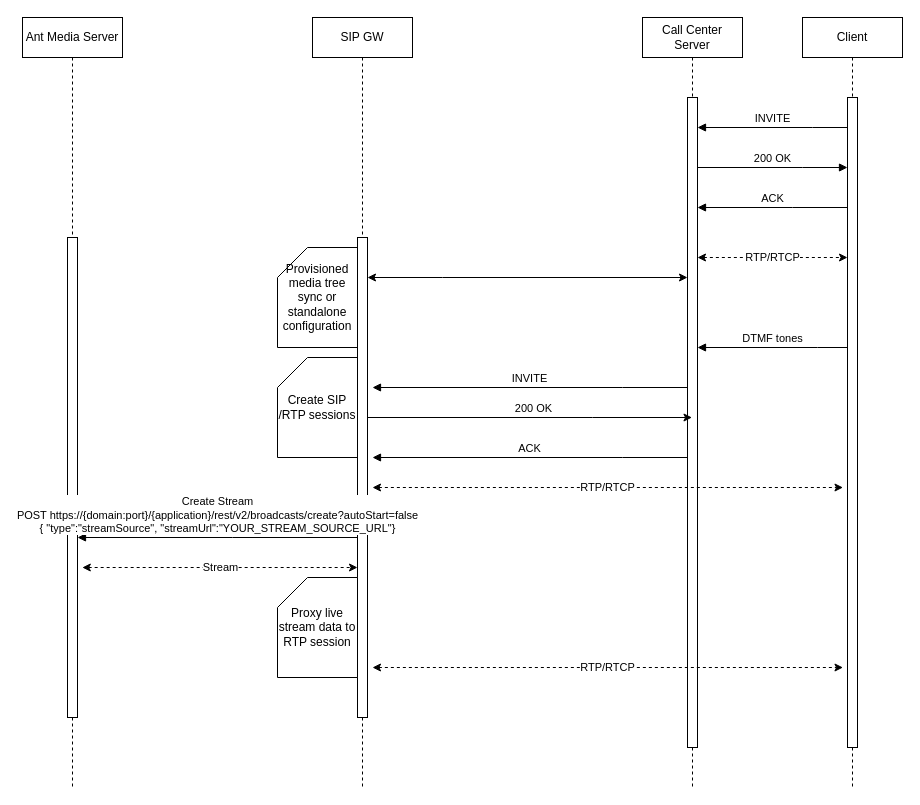
The draw.io diagram page "Page-1" (1 of 2) of callcenter-int/Başlıksız Diyagram.drawio in sezerdulger/drawio, before the edit. Source tidied: cells renumbered, new cells numbered last; positions are measured from the earlier drawing's top-left corner, leaving out a move shared by most shapes. Both pictures are drawn from the tidied source at 100%, with x=0, y=0 at pixel (-8, 17).
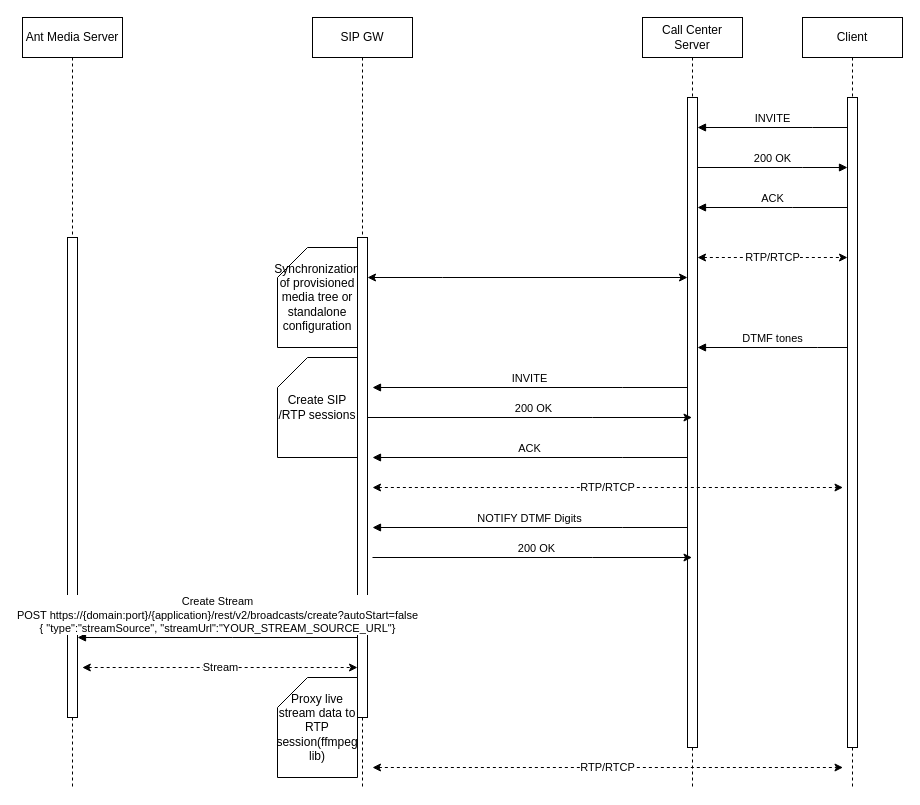
After the change.

Unchanged cells that the change refers to:
```xml
<mxCell id="10" style="html=1;points=[];perimeter=orthogonalPerimeter;outlineConnect=0;targetShapes=umlLifeline;portConstraint=eastwest;newEdgeStyle={&quot;edgeStyle&quot;:&quot;elbowEdgeStyle&quot;,&quot;elbow&quot;:&quot;vertical&quot;,&quot;curved&quot;:0,&quot;rounded&quot;:0};" parent="9" vertex="1">
  <mxGeometry x="45" y="220" width="10" height="480" as="geometry" />
</mxCell>
<mxCell id="19" style="html=1;points=[];perimeter=orthogonalPerimeter;outlineConnect=0;targetShapes=umlLifeline;portConstraint=eastwest;newEdgeStyle={&quot;edgeStyle&quot;:&quot;elbowEdgeStyle&quot;,&quot;elbow&quot;:&quot;vertical&quot;,&quot;curved&quot;:0,&quot;rounded&quot;:0};" parent="18" vertex="1">
  <mxGeometry x="45" y="220" width="10" height="480" as="geometry" />
</mxCell>
```

Change to the diagram source:
```diff
@@
-    <mxCell id="13" value="Provisioned media tree sync or standalone configuration" style="shape=card;whiteSpace=wrap;html=1;" parent="1" vertex="1">
+    <mxCell id="13" value="Synchronization of provisioned media tree or standalone configuration" style="shape=card;whiteSpace=wrap;html=1;" parent="1" vertex="1">
       <mxGeometry x="285" y="230" width="80" height="100" as="geometry" />
     </mxCell>
@@
     <mxCell id="17" value="RTP/RTCP" style="endArrow=classic;startArrow=classic;html=1;rounded=0;strokeColor=default;dashed=1;" parent="1" edge="1">
       <mxGeometry relative="1" as="geometry">
-        <mxPoint x="380" y="650" as="sourcePoint" />
-        <mxPoint x="850.5" y="650" as="targetPoint" />
+        <mxPoint x="380" y="750" as="sourcePoint" />
+        <mxPoint x="850.5" y="750" as="targetPoint" />
         <Array as="points">
-          <mxPoint x="625.5" y="650" />
+          <mxPoint x="625.5" y="750" />
         </Array>
       </mxGeometry>
     </mxCell>
@@
-    <mxCell id="20" value="Create Stream&lt;br&gt;POST https://{domain:port}/{application}/rest/v2/broadcasts/create?autoStart=false&lt;br&gt;{ &quot;type&quot;:&quot;streamSource&quot;, &quot;streamUrl&quot;:&quot;YOUR_STREAM_SOURCE_URL&quot;}" style="html=1;verticalAlign=bottom;endArrow=block;edgeStyle=elbowEdgeStyle;elbow=vertical;curved=0;rounded=0;" parent="1" edge="1" source="19" target="10">
+    <mxCell id="20" value="Create Stream&lt;br&gt;POST https://{domain:port}/{application}/rest/v2/broadcasts/create?autoStart=false&lt;br&gt;{ &quot;type&quot;:&quot;streamSource&quot;, &quot;streamUrl&quot;:&quot;YOUR_STREAM_SOURCE_URL&quot;}" style="html=1;verticalAlign=bottom;endArrow=block;edgeStyle=elbowEdgeStyle;elbow=vertical;curved=0;rounded=0;" parent="1" edge="1">
       <mxGeometry relative="1" as="geometry">
+        <mxPoint x="365" y="620" as="sourcePoint" />
+        <mxPoint x="85" y="620" as="targetPoint" />
         <Array as="points">
-          <mxPoint x="240" y="520" />
-          <mxPoint x="340" y="490" />
-          <mxPoint x="310" y="510" />
-          <mxPoint x="260" y="420" />
-          <mxPoint x="330" y="450" />
-          <mxPoint x="580" y="390" />
-          <mxPoint x="500" y="240" />
-          <mxPoint y="210" />
+          <mxPoint x="240" y="620" />
+          <mxPoint x="340" y="590" />
+          <mxPoint x="310" y="610" />
+          <mxPoint x="260" y="520" />
+          <mxPoint x="330" y="550" />
+          <mxPoint x="580" y="490" />
+          <mxPoint x="500" y="340" />
+          <mxPoint y="310" />
         </Array>
       </mxGeometry>
     </mxCell>
@@
-    <mxCell id="24" value="Stream" style="endArrow=classic;startArrow=classic;html=1;rounded=0;strokeColor=default;dashed=1;" parent="1" edge="1" target="19">
+    <mxCell id="24" value="Stream" style="endArrow=classic;startArrow=classic;html=1;rounded=0;strokeColor=default;dashed=1;" parent="1" edge="1">
       <mxGeometry relative="1" as="geometry">
-        <mxPoint x="89.8" y="550" as="sourcePoint" />
+        <mxPoint x="89.8" y="650" as="sourcePoint" />
+        <mxPoint x="365" y="650" as="targetPoint" />
         <Array as="points">
-          <mxPoint x="335.2" y="550" />
+          <mxPoint x="335.2" y="650" />
         </Array>
       </mxGeometry>
     </mxCell>
-    <mxCell id="25" value="Proxy live stream data to RTP session" style="shape=card;whiteSpace=wrap;html=1;" parent="1" vertex="1">
-      <mxGeometry x="285" y="560" width="80" height="100" as="geometry" />
+    <mxCell id="25" value="Proxy live stream data to RTP session(ffmpeg lib)" style="shape=card;whiteSpace=wrap;html=1;" parent="1" vertex="1">
+      <mxGeometry x="285" y="660" width="80" height="100" as="geometry" />
     </mxCell>
@@
+    <mxCell id="27" value="NOTIFY DTMF Digits" style="html=1;verticalAlign=bottom;endArrow=block;edgeStyle=elbowEdgeStyle;elbow=vertical;curved=0;rounded=0;" parent="1" edge="1">
+      <mxGeometry relative="1" as="geometry">
+        <mxPoint x="695" y="510" as="sourcePoint" />
+        <mxPoint x="380" y="510" as="targetPoint" />
+        <Array as="points">
+          <mxPoint x="630" y="510" />
+          <mxPoint x="600" y="530" />
+          <mxPoint x="550" y="440" />
+          <mxPoint x="620" y="470" />
+          <mxPoint x="870" y="410" />
+          <mxPoint x="790" y="260" />
+          <mxPoint x="290" y="230" />
+        </Array>
+      </mxGeometry>
+    </mxCell>
+    <mxCell id="28" style="endArrow=classic;html=1;rounded=0;strokeColor=default;" parent="1" edge="1">
+      <mxGeometry relative="1" as="geometry">
+        <mxPoint x="380" y="540" as="sourcePoint" />
+        <mxPoint x="699.5" y="540" as="targetPoint" />
+        <Array as="points">
+          <mxPoint x="600" y="540" />
+        </Array>
+      </mxGeometry>
+    </mxCell>
+    <mxCell id="29" value="200 OK" style="edgeLabel;html=1;align=center;verticalAlign=middle;" parent="28" vertex="1">
+      <mxGeometry x="0.02" y="4" relative="1" as="geometry">
+        <mxPoint y="-6" as="offset" />
+      </mxGeometry>
+    </mxCell>
```
